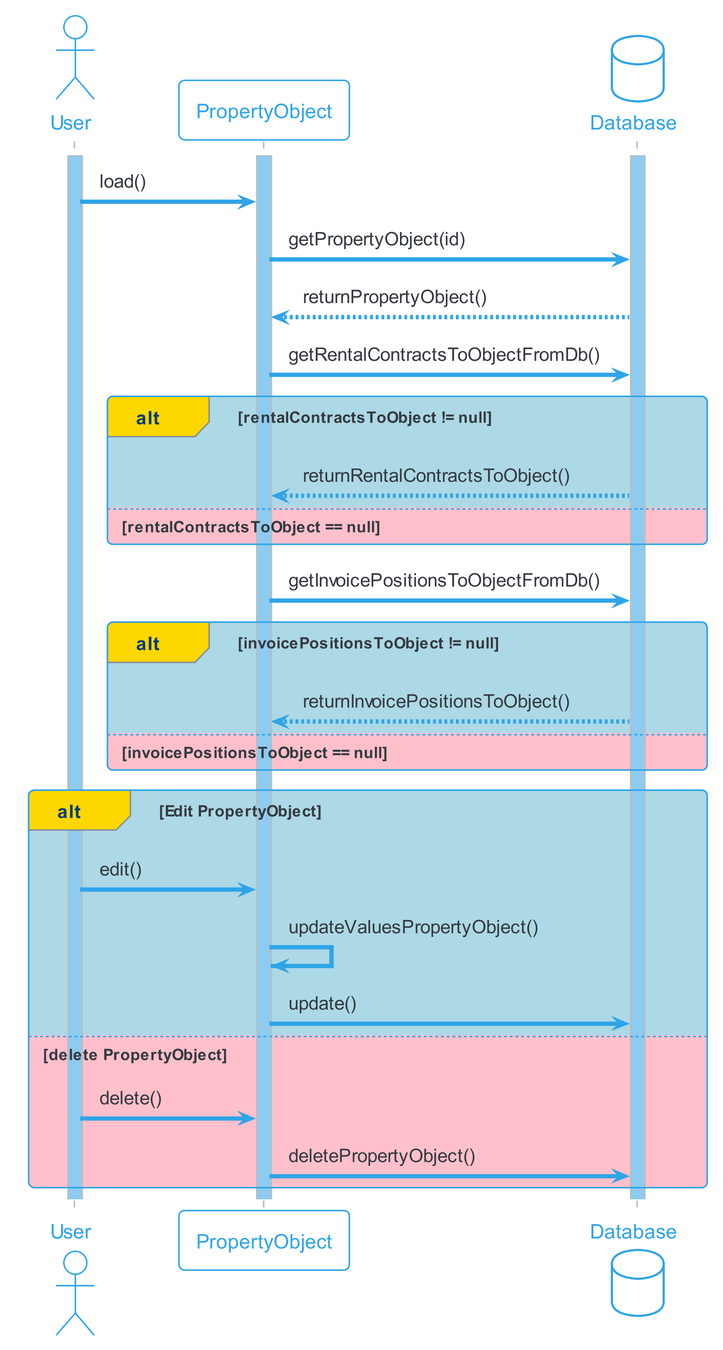
sirtheta/ImmoGlobal_Semesterarbeit keeps this PlantUML diagram as docs/content/diagrams/out/sequenzdiagram/objektAnsehenBearbeiten/objektAnsehenBearbeiten.png. Above is the earlier version. Source of this version:
```plantuml
@startuml objektAnsehenBearbeiten
!theme cerulean-outline

skinparam sequence {
LifeLineBackgroundColor #8ECBF1
}
skinparam dpi 300

actor User as user
activate user
participant PropertyObject as probj
database Database as db
activate db
activate probj
user -> probj : load()
probj -> db : getPropertyObject(id)
db --> probj : returnPropertyObject()
probj -> db : getRentalContractsToObjectFromDb()
alt#Gold #LightBlue rentalContractsToObject != null
db --> probj : returnRentalContractsToObject()
else #Pink rentalContractsToObject == null
end
probj -> db : getInvoicePositionsToObjectFromDb()
alt#Gold #LightBlue invoicePositionsToObject != null
db --> probj : returnInvoicePositionsToObject()
else #Pink invoicePositionsToObject == null
end
alt#Gold #LightBlue Edit PropertyObject
user -> probj : edit()
probj ->probj : updateValuesPropertyObject()
probj ->db : update()
else #Pink delete PropertyObject
user -> probj : delete()
probj ->db : deletePropertyObject()
end
@enduml
```
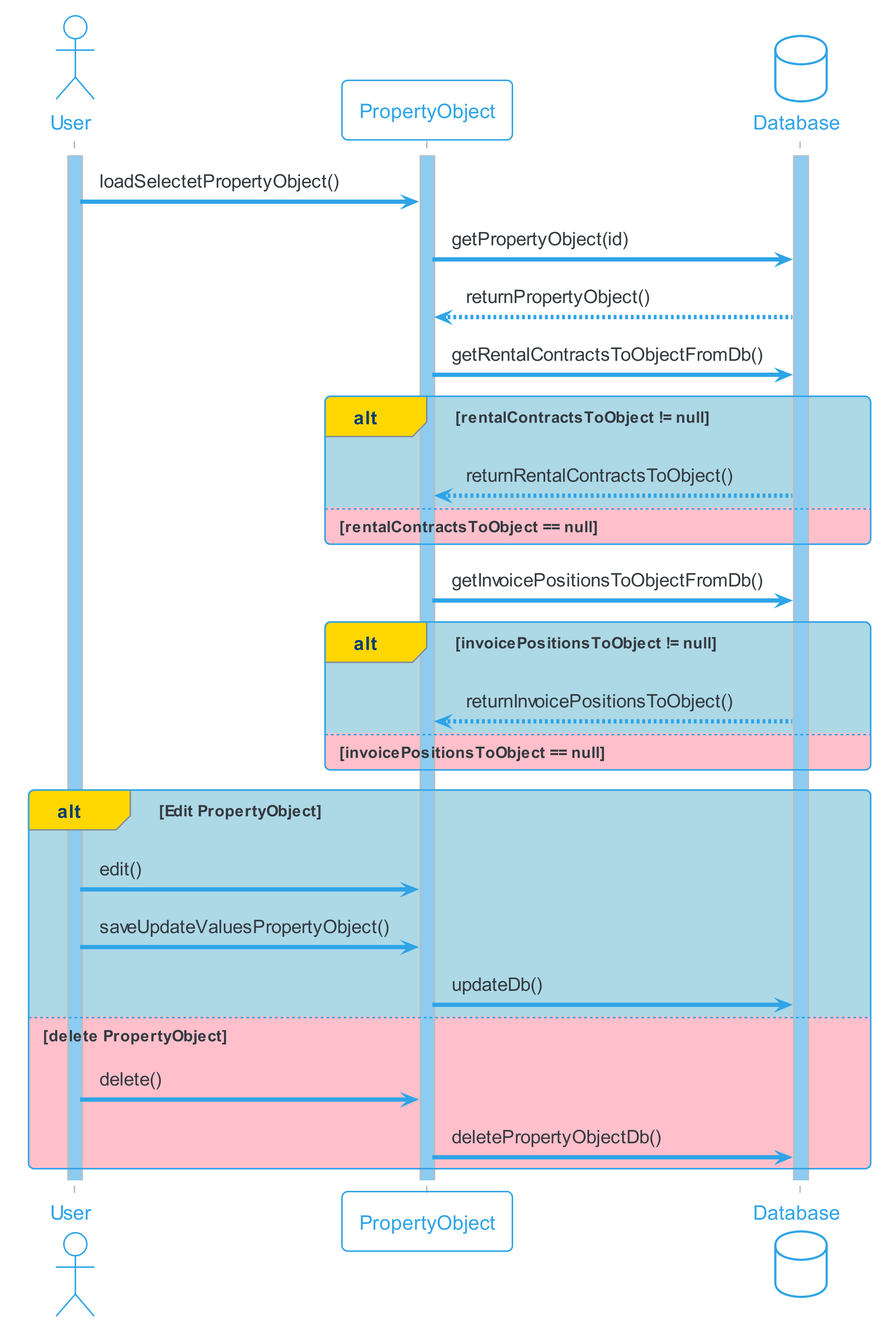
After the commit.

Change to the diagram source:
```diff
@@ -3,6 +3,7 @@
 
 skinparam sequence {
 LifeLineBackgroundColor #8ECBF1
+ParticipantPadding 2
 }
 skinparam dpi 300
 
@@ -12,7 +13,7 @@
 database Database as db
 activate db
 activate probj
-user -> probj : load()
+user -> probj : loadSelectetPropertyObject()
 probj -> db : getPropertyObject(id)
 db --> probj : returnPropertyObject()
 probj -> db : getRentalContractsToObjectFromDb()
@@ -27,10 +28,10 @@
 end
 alt#Gold #LightBlue Edit PropertyObject
 user -> probj : edit()
-probj ->probj : updateValuesPropertyObject()
-probj ->db : update()
+user ->probj : saveUpdateValuesPropertyObject()
+probj ->db : updateDb()
 else #Pink delete PropertyObject
 user -> probj : delete()
-probj ->db : deletePropertyObject()
+probj ->db : deletePropertyObjectDb()
 end
 @enduml
```
